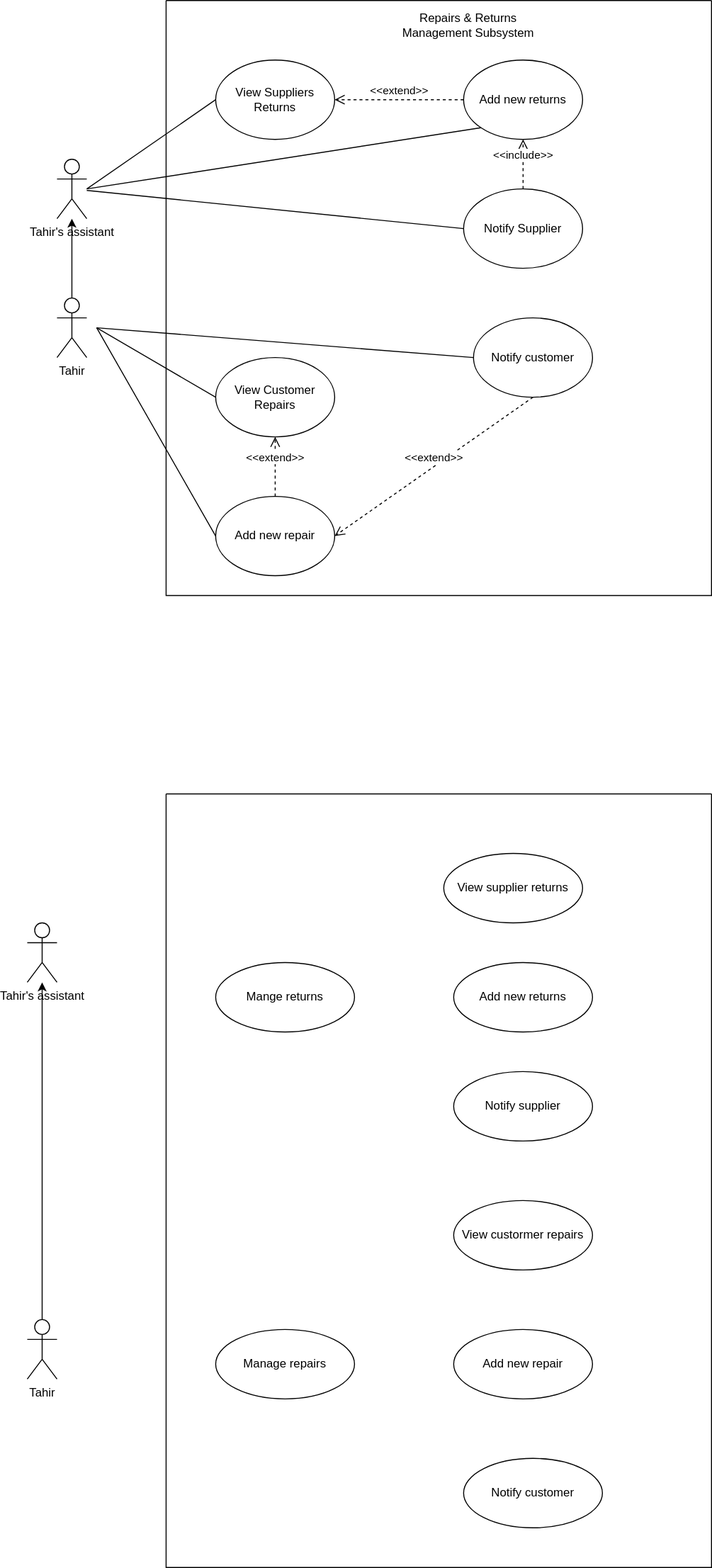
Before: Repairs and Damages.drawio.svg, a diagram exported from draw.io (Simamkele88/IFM3_GP). Source tidied: cells renumbered, new cells last; positions are measured from the earlier drawing's top-left corner, leaving out a move shared by most shapes.
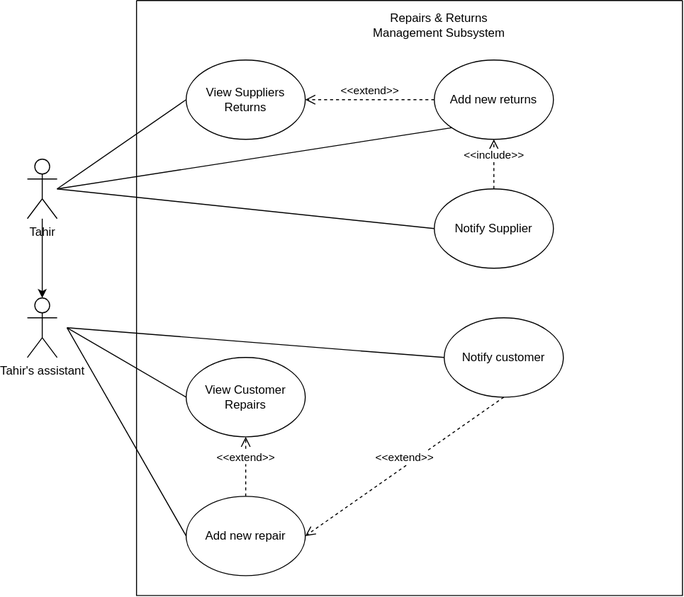
After the commit.

What changed in the source:
```diff
@@ -44,19 +44,19 @@
       </mxGeometry>
     </mxCell>
     <mxCell id="15" value="Tahir's assistant" style="shape=umlActor;verticalLabelPosition=bottom;verticalAlign=top;html=1;outlineConnect=0;" parent="1" vertex="1">
-      <mxGeometry x="30" y="160" width="30" height="60" as="geometry" />
+      <mxGeometry x="30" y="300" width="30" height="60" as="geometry" />
     </mxCell>
+    <mxCell id="18" style="edgeStyle=orthogonalEdgeStyle;rounded=0;jettySize=auto;html=1;" parent="1" edge="1" source="16" target="15">
+      <mxGeometry relative="1" as="geometry" />
+    </mxCell>
     <mxCell id="16" value="Tahir" style="shape=umlActor;verticalLabelPosition=bottom;verticalAlign=top;html=1;outlineConnect=0;" parent="1" vertex="1">
-      <mxGeometry x="30" y="300" width="30" height="60" as="geometry" />
+      <mxGeometry x="30" y="160" width="30" height="60" as="geometry" />
     </mxCell>
     <mxCell id="17" style="endArrow=none;html=1;rounded=0;entryX=0;entryY=0.5;entryDx=0;entryDy=0;" parent="1" edge="1" target="4">
       <mxGeometry relative="1" as="geometry">
         <mxPoint x="60" y="190" as="sourcePoint" />
       </mxGeometry>
     </mxCell>
-    <mxCell id="18" style="endArrow=classic;html=1;rounded=0;exitX=0.5;exitY=0;exitDx=0;exitDy=0;exitPerimeter=0;" parent="1" edge="1" source="16" target="15">
-      <mxGeometry relative="1" as="geometry" />
-    </mxCell>
     <mxCell id="19" style="endArrow=none;html=1;rounded=0;entryX=0;entryY=0.5;entryDx=0;entryDy=0;" parent="1" edge="1" target="8">
       <mxGeometry relative="1" as="geometry">
         <mxPoint x="70" y="330" as="sourcePoint" />
@@ -72,44 +72,10 @@
         <mxPoint x="70" y="330" as="sourcePoint" />
       </mxGeometry>
     </mxCell>
-    <mxCell id="22" style="endArrow=none;html=1;rounded=0;entryX=0;entryY=0.5;entryDx=0;entryDy=0;" parent="1" edge="1" source="15" target="5">
-      <mxGeometry relative="1" as="geometry" />
+    <mxCell id="22" style="endArrow=none;html=1;rounded=0;entryX=0;entryY=0.5;entryDx=0;entryDy=0;" parent="1" edge="1" target="5">
+      <mxGeometry relative="1" as="geometry">
+        <mxPoint x="60" y="190" as="sourcePoint" />
+      </mxGeometry>
     </mxCell>
-    <mxCell id="23" style="swimlane;startSize=0;" parent="1" vertex="1">
-      <mxGeometry x="140" y="800" width="550" height="780" as="geometry" />
-    </mxCell>
-    <mxCell id="24" value="Mange returns" style="ellipse;whiteSpace=wrap;html=1;" parent="23" vertex="1">
-      <mxGeometry x="50" y="170" width="140" height="70" as="geometry" />
-    </mxCell>
-    <mxCell id="25" value="Manage repairs" style="ellipse;whiteSpace=wrap;html=1;" parent="23" vertex="1">
-      <mxGeometry x="50" y="540" width="140" height="70" as="geometry" />
-    </mxCell>
-    <mxCell id="26" value="Add new returns" style="ellipse;whiteSpace=wrap;html=1;" parent="23" vertex="1">
-      <mxGeometry x="290" y="170" width="140" height="70" as="geometry" />
-    </mxCell>
-    <mxCell id="27" value="Notify supplier" style="ellipse;whiteSpace=wrap;html=1;" parent="23" vertex="1">
-      <mxGeometry x="290" y="280" width="140" height="70" as="geometry" />
-    </mxCell>
-    <mxCell id="28" value="View supplier returns" style="ellipse;whiteSpace=wrap;html=1;" parent="23" vertex="1">
-      <mxGeometry x="280" y="60" width="140" height="70" as="geometry" />
-    </mxCell>
-    <mxCell id="29" value="View custormer repairs" style="ellipse;whiteSpace=wrap;html=1;" parent="23" vertex="1">
-      <mxGeometry x="290" y="410" width="140" height="70" as="geometry" />
-    </mxCell>
-    <mxCell id="30" value="Add new repair" style="ellipse;whiteSpace=wrap;html=1;" parent="23" vertex="1">
-      <mxGeometry x="290" y="540" width="140" height="70" as="geometry" />
-    </mxCell>
-    <mxCell id="31" value="Notify customer" style="ellipse;whiteSpace=wrap;html=1;" parent="23" vertex="1">
-      <mxGeometry x="300" y="670" width="140" height="70" as="geometry" />
-    </mxCell>
-    <mxCell id="32" style="edgeStyle=orthogonalEdgeStyle;rounded=0;jettySize=auto;html=1;" parent="1" edge="1" source="33" target="34">
-      <mxGeometry relative="1" as="geometry" />
-    </mxCell>
-    <mxCell id="33" value="Tahir" style="shape=umlActor;verticalLabelPosition=bottom;verticalAlign=top;html=1;" parent="1" vertex="1">
-      <mxGeometry y="1330" width="30" height="60" as="geometry" />
-    </mxCell>
-    <mxCell id="34" value="Tahir's assistant" style="shape=umlActor;verticalLabelPosition=bottom;verticalAlign=top;html=1;" parent="1" vertex="1">
-      <mxGeometry y="930" width="30" height="60" as="geometry" />
-    </mxCell>
   </root>
 </mxGraphModel>
```
